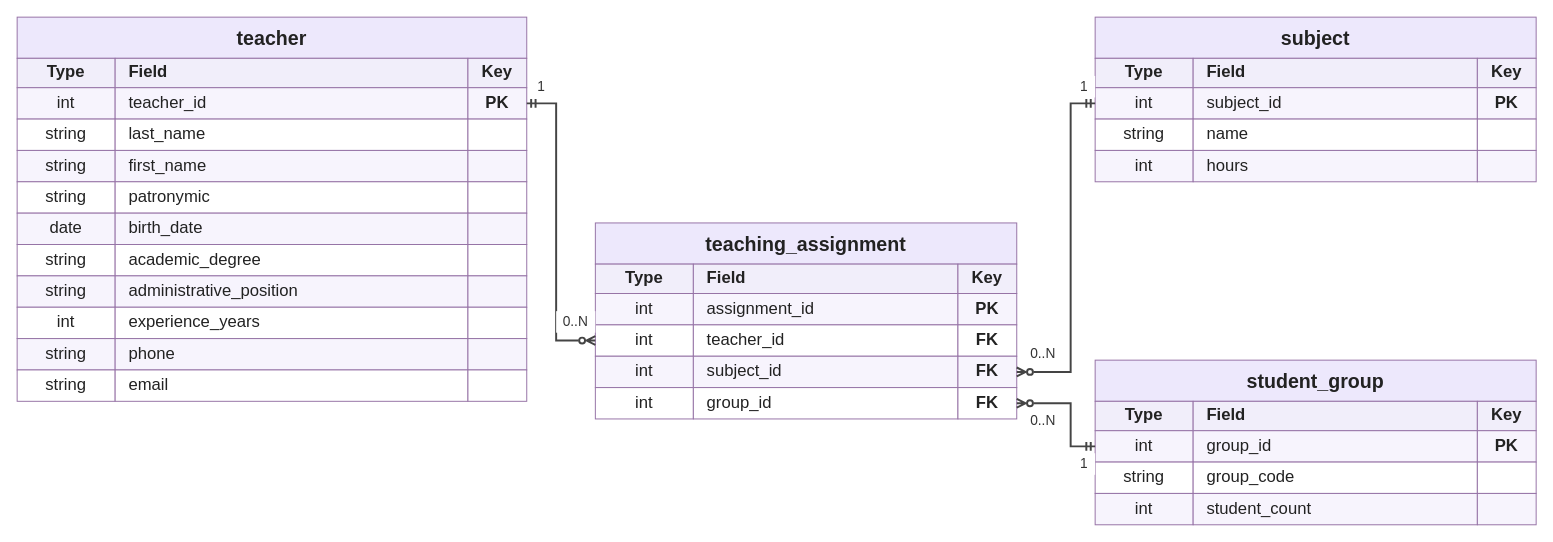
This is UchebnayaNagruzkaER.drawio from dkryl0ff/PIS2026, a draw.io file, before an edit. Source tidied: cells renumbered, new cells numbered last; positions are measured from the earlier drawing's top-left corner, leaving out a move shared by most shapes. Both pictures are drawn from the tidied source at 98%, with x=0, y=0 at pixel (17, 17).
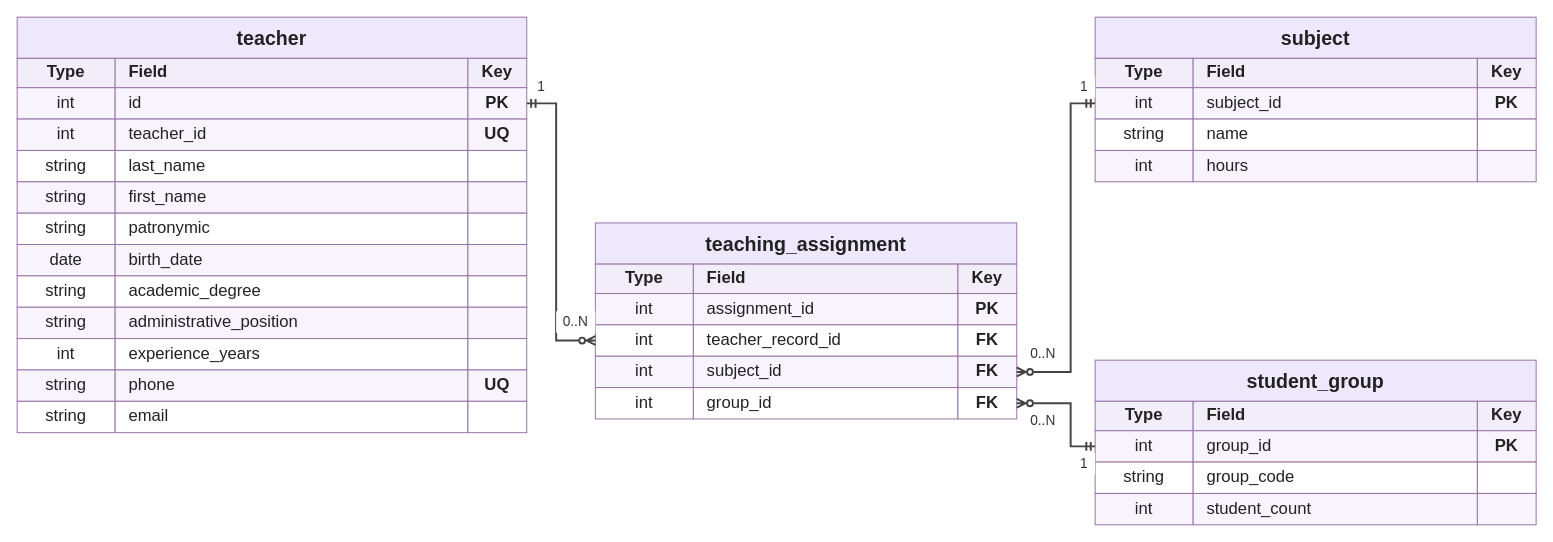
The same page after the edit.

Commit message (it also covers changes not shown here):
Внесена правка по equals а также изменена диаграмма

The change refers to these unchanged cells:
```xml
<mxCell id="65" style="group;" parent="1" vertex="1">
  <mxGeometry x="590" y="210" width="430" height="200" as="geometry" />
</mxCell>
```

Change to the diagram source:
```diff
@@
     <mxCell id="2" style="group;" parent="1" vertex="1">
-      <mxGeometry width="520" height="392" as="geometry" />
+      <mxGeometry width="520" height="424" as="geometry" />
     </mxCell>
@@
-    <mxCell id="8" value="teacher_id" style="rounded=0;whiteSpace=wrap;html=0;strokeColor=#9673A6;fontColor=#222222;fontFamily=Arial;fontSize=17;fillColor=#F7F4FD;align=left;spacingLeft=12;" parent="2" vertex="1">
+    <mxCell id="8" value="id" style="rounded=0;whiteSpace=wrap;html=0;strokeColor=#9673A6;fontColor=#222222;fontFamily=Arial;fontSize=17;fillColor=#F7F4FD;align=left;spacingLeft=12;" parent="2" vertex="1">
       <mxGeometry x="100" y="72" width="360" height="32" as="geometry" />
     </mxCell>
@@
+    <mxCell id="91" value="int" style="rounded=0;whiteSpace=wrap;html=0;strokeColor=#9673A6;fontColor=#222222;fontFamily=Arial;fontSize=17;fillColor=#F7F4FD;align=center;" parent="2" vertex="1">
+      <mxGeometry y="104" width="100" height="32" as="geometry" />
+    </mxCell>
+    <mxCell id="92" value="teacher_id" style="rounded=0;whiteSpace=wrap;html=0;strokeColor=#9673A6;fontColor=#222222;fontFamily=Arial;fontSize=17;fillColor=#F7F4FD;align=left;spacingLeft=12;" parent="2" vertex="1">
+      <mxGeometry x="100" y="104" width="360" height="32" as="geometry" />
+    </mxCell>
+    <mxCell id="93" value="UQ" style="rounded=0;whiteSpace=wrap;html=0;strokeColor=#9673A6;fontColor=#222222;fontFamily=Arial;fontSize=17;fillColor=#F7F4FD;align=center;fontStyle=1;" parent="2" vertex="1">
+      <mxGeometry x="460" y="104" width="60" height="32" as="geometry" />
+    </mxCell>
     <mxCell id="10" value="string" style="rounded=0;whiteSpace=wrap;html=0;strokeColor=#9673A6;fontColor=#222222;fontFamily=Arial;fontSize=17;fillColor=#FFFFFF;align=center;" parent="2" vertex="1">
-      <mxGeometry y="104" width="100" height="32" as="geometry" />
+      <mxGeometry y="136" width="100" height="32" as="geometry" />
     </mxCell>
     <mxCell id="11" value="last_name" style="rounded=0;whiteSpace=wrap;html=0;strokeColor=#9673A6;fontColor=#222222;fontFamily=Arial;fontSize=17;fillColor=#FFFFFF;align=left;spacingLeft=12;" parent="2" vertex="1">
-      <mxGeometry x="100" y="104" width="360" height="32" as="geometry" />
+      <mxGeometry x="100" y="136" width="360" height="32" as="geometry" />
     </mxCell>
     <mxCell id="12" style="rounded=0;whiteSpace=wrap;html=0;strokeColor=#9673A6;fontColor=#222222;fontFamily=Arial;fontSize=17;fillColor=#FFFFFF;align=center;fontStyle=1;" parent="2" vertex="1">
-      <mxGeometry x="460" y="104" width="60" height="32" as="geometry" />
+      <mxGeometry x="460" y="136" width="60" height="32" as="geometry" />
     </mxCell>
     <mxCell id="13" value="string" style="rounded=0;whiteSpace=wrap;html=0;strokeColor=#9673A6;fontColor=#222222;fontFamily=Arial;fontSize=17;fillColor=#F7F4FD;align=center;" parent="2" vertex="1">
-      <mxGeometry y="136" width="100" height="32" as="geometry" />
+      <mxGeometry y="168" width="100" height="32" as="geometry" />
     </mxCell>
     <mxCell id="14" value="first_name" style="rounded=0;whiteSpace=wrap;html=0;strokeColor=#9673A6;fontColor=#222222;fontFamily=Arial;fontSize=17;fillColor=#F7F4FD;align=left;spacingLeft=12;" parent="2" vertex="1">
-      <mxGeometry x="100" y="136" width="360" height="32" as="geometry" />
+      <mxGeometry x="100" y="168" width="360" height="32" as="geometry" />
     </mxCell>
     <mxCell id="15" style="rounded=0;whiteSpace=wrap;html=0;strokeColor=#9673A6;fontColor=#222222;fontFamily=Arial;fontSize=17;fillColor=#F7F4FD;align=center;fontStyle=1;" parent="2" vertex="1">
-      <mxGeometry x="460" y="136" width="60" height="32" as="geometry" />
+      <mxGeometry x="460" y="168" width="60" height="32" as="geometry" />
     </mxCell>
     <mxCell id="16" value="string" style="rounded=0;whiteSpace=wrap;html=0;strokeColor=#9673A6;fontColor=#222222;fontFamily=Arial;fontSize=17;fillColor=#FFFFFF;align=center;" parent="2" vertex="1">
-      <mxGeometry y="168" width="100" height="32" as="geometry" />
+      <mxGeometry y="200" width="100" height="32" as="geometry" />
     </mxCell>
     <mxCell id="17" value="patronymic" style="rounded=0;whiteSpace=wrap;html=0;strokeColor=#9673A6;fontColor=#222222;fontFamily=Arial;fontSize=17;fillColor=#FFFFFF;align=left;spacingLeft=12;" parent="2" vertex="1">
-      <mxGeometry x="100" y="168" width="360" height="32" as="geometry" />
+      <mxGeometry x="100" y="200" width="360" height="32" as="geometry" />
     </mxCell>
     <mxCell id="18" style="rounded=0;whiteSpace=wrap;html=0;strokeColor=#9673A6;fontColor=#222222;fontFamily=Arial;fontSize=17;fillColor=#FFFFFF;align=center;fontStyle=1;" parent="2" vertex="1">
-      <mxGeometry x="460" y="168" width="60" height="32" as="geometry" />
+      <mxGeometry x="460" y="200" width="60" height="32" as="geometry" />
     </mxCell>
     <mxCell id="19" value="date" style="rounded=0;whiteSpace=wrap;html=0;strokeColor=#9673A6;fontColor=#222222;fontFamily=Arial;fontSize=17;fillColor=#F7F4FD;align=center;" parent="2" vertex="1">
-      <mxGeometry y="200" width="100" height="32" as="geometry" />
+      <mxGeometry y="232" width="100" height="32" as="geometry" />
     </mxCell>
     <mxCell id="20" value="birth_date" style="rounded=0;whiteSpace=wrap;html=0;strokeColor=#9673A6;fontColor=#222222;fontFamily=Arial;fontSize=17;fillColor=#F7F4FD;align=left;spacingLeft=12;" parent="2" vertex="1">
-      <mxGeometry x="100" y="200" width="360" height="32" as="geometry" />
+      <mxGeometry x="100" y="232" width="360" height="32" as="geometry" />
     </mxCell>
     <mxCell id="21" style="rounded=0;whiteSpace=wrap;html=0;strokeColor=#9673A6;fontColor=#222222;fontFamily=Arial;fontSize=17;fillColor=#F7F4FD;align=center;fontStyle=1;" parent="2" vertex="1">
-      <mxGeometry x="460" y="200" width="60" height="32" as="geometry" />
+      <mxGeometry x="460" y="232" width="60" height="32" as="geometry" />
     </mxCell>
     <mxCell id="22" value="string" style="rounded=0;whiteSpace=wrap;html=0;strokeColor=#9673A6;fontColor=#222222;fontFamily=Arial;fontSize=17;fillColor=#FFFFFF;align=center;" parent="2" vertex="1">
-      <mxGeometry y="232" width="100" height="32" as="geometry" />
+      <mxGeometry y="264" width="100" height="32" as="geometry" />
     </mxCell>
     <mxCell id="23" value="academic_degree" style="rounded=0;whiteSpace=wrap;html=0;strokeColor=#9673A6;fontColor=#222222;fontFamily=Arial;fontSize=17;fillColor=#FFFFFF;align=left;spacingLeft=12;" parent="2" vertex="1">
-      <mxGeometry x="100" y="232" width="360" height="32" as="geometry" />
+      <mxGeometry x="100" y="264" width="360" height="32" as="geometry" />
     </mxCell>
     <mxCell id="24" style="rounded=0;whiteSpace=wrap;html=0;strokeColor=#9673A6;fontColor=#222222;fontFamily=Arial;fontSize=17;fillColor=#FFFFFF;align=center;fontStyle=1;" parent="2" vertex="1">
-      <mxGeometry x="460" y="232" width="60" height="32" as="geometry" />
+      <mxGeometry x="460" y="264" width="60" height="32" as="geometry" />
     </mxCell>
     <mxCell id="25" value="string" style="rounded=0;whiteSpace=wrap;html=0;strokeColor=#9673A6;fontColor=#222222;fontFamily=Arial;fontSize=17;fillColor=#F7F4FD;align=center;" parent="2" vertex="1">
-      <mxGeometry y="264" width="100" height="32" as="geometry" />
+      <mxGeometry y="296" width="100" height="32" as="geometry" />
     </mxCell>
     <mxCell id="26" value="administrative_position" style="rounded=0;whiteSpace=wrap;html=0;strokeColor=#9673A6;fontColor=#222222;fontFamily=Arial;fontSize=17;fillColor=#F7F4FD;align=left;spacingLeft=12;" parent="2" vertex="1">
-      <mxGeometry x="100" y="264" width="360" height="32" as="geometry" />
+      <mxGeometry x="100" y="296" width="360" height="32" as="geometry" />
     </mxCell>
     <mxCell id="27" style="rounded=0;whiteSpace=wrap;html=0;strokeColor=#9673A6;fontColor=#222222;fontFamily=Arial;fontSize=17;fillColor=#F7F4FD;align=center;fontStyle=1;" parent="2" vertex="1">
-      <mxGeometry x="460" y="264" width="60" height="32" as="geometry" />
+      <mxGeometry x="460" y="296" width="60" height="32" as="geometry" />
     </mxCell>
     <mxCell id="28" value="int" style="rounded=0;whiteSpace=wrap;html=0;strokeColor=#9673A6;fontColor=#222222;fontFamily=Arial;fontSize=17;fillColor=#FFFFFF;align=center;" parent="2" vertex="1">
-      <mxGeometry y="296" width="100" height="32" as="geometry" />
+      <mxGeometry y="328" width="100" height="32" as="geometry" />
     </mxCell>
     <mxCell id="29" value="experience_years" style="rounded=0;whiteSpace=wrap;html=0;strokeColor=#9673A6;fontColor=#222222;fontFamily=Arial;fontSize=17;fillColor=#FFFFFF;align=left;spacingLeft=12;" parent="2" vertex="1">
-      <mxGeometry x="100" y="296" width="360" height="32" as="geometry" />
+      <mxGeometry x="100" y="328" width="360" height="32" as="geometry" />
     </mxCell>
     <mxCell id="30" style="rounded=0;whiteSpace=wrap;html=0;strokeColor=#9673A6;fontColor=#222222;fontFamily=Arial;fontSize=17;fillColor=#FFFFFF;align=center;fontStyle=1;" parent="2" vertex="1">
-      <mxGeometry x="460" y="296" width="60" height="32" as="geometry" />
+      <mxGeometry x="460" y="328" width="60" height="32" as="geometry" />
     </mxCell>
     <mxCell id="31" value="string" style="rounded=0;whiteSpace=wrap;html=0;strokeColor=#9673A6;fontColor=#222222;fontFamily=Arial;fontSize=17;fillColor=#F7F4FD;align=center;" parent="2" vertex="1">
-      <mxGeometry y="328" width="100" height="32" as="geometry" />
+      <mxGeometry y="360" width="100" height="32" as="geometry" />
     </mxCell>
     <mxCell id="32" value="phone" style="rounded=0;whiteSpace=wrap;html=0;strokeColor=#9673A6;fontColor=#222222;fontFamily=Arial;fontSize=17;fillColor=#F7F4FD;align=left;spacingLeft=12;" parent="2" vertex="1">
-      <mxGeometry x="100" y="328" width="360" height="32" as="geometry" />
+      <mxGeometry x="100" y="360" width="360" height="32" as="geometry" />
     </mxCell>
-    <mxCell id="33" style="rounded=0;whiteSpace=wrap;html=0;strokeColor=#9673A6;fontColor=#222222;fontFamily=Arial;fontSize=17;fillColor=#F7F4FD;align=center;fontStyle=1;" parent="2" vertex="1">
-      <mxGeometry x="460" y="328" width="60" height="32" as="geometry" />
+    <mxCell id="33" value="UQ" style="rounded=0;whiteSpace=wrap;html=0;strokeColor=#9673A6;fontColor=#222222;fontFamily=Arial;fontSize=17;fillColor=#F7F4FD;align=center;fontStyle=1;" parent="2" vertex="1">
+      <mxGeometry x="460" y="360" width="60" height="32" as="geometry" />
     </mxCell>
     <mxCell id="34" value="string" style="rounded=0;whiteSpace=wrap;html=0;strokeColor=#9673A6;fontColor=#222222;fontFamily=Arial;fontSize=17;fillColor=#FFFFFF;align=center;" parent="2" vertex="1">
-      <mxGeometry y="360" width="100" height="32" as="geometry" />
+      <mxGeometry y="392" width="100" height="32" as="geometry" />
     </mxCell>
     <mxCell id="35" value="email" style="rounded=0;whiteSpace=wrap;html=0;strokeColor=#9673A6;fontColor=#222222;fontFamily=Arial;fontSize=17;fillColor=#FFFFFF;align=left;spacingLeft=12;" parent="2" vertex="1">
-      <mxGeometry x="100" y="360" width="360" height="32" as="geometry" />
+      <mxGeometry x="100" y="392" width="360" height="32" as="geometry" />
     </mxCell>
     <mxCell id="36" style="rounded=0;whiteSpace=wrap;html=0;strokeColor=#9673A6;fontColor=#222222;fontFamily=Arial;fontSize=17;fillColor=#FFFFFF;align=center;fontStyle=1;" parent="2" vertex="1">
-      <mxGeometry x="460" y="360" width="60" height="32" as="geometry" />
+      <mxGeometry x="460" y="392" width="60" height="32" as="geometry" />
     </mxCell>
@@
-    <mxCell id="74" value="teacher_id" style="rounded=0;whiteSpace=wrap;html=0;strokeColor=#9673A6;fontColor=#222222;fontFamily=Arial;fontSize=17;fillColor=#FFFFFF;align=left;spacingLeft=12;" parent="65" vertex="1">
+    <mxCell id="74" value="teacher_record_id" style="rounded=0;whiteSpace=wrap;html=0;strokeColor=#9673A6;fontColor=#222222;fontFamily=Arial;fontSize=17;fillColor=#FFFFFF;align=left;spacingLeft=12;" parent="65" vertex="1">
       <mxGeometry x="100" y="104" width="270" height="32" as="geometry" />
     </mxCell>
```
